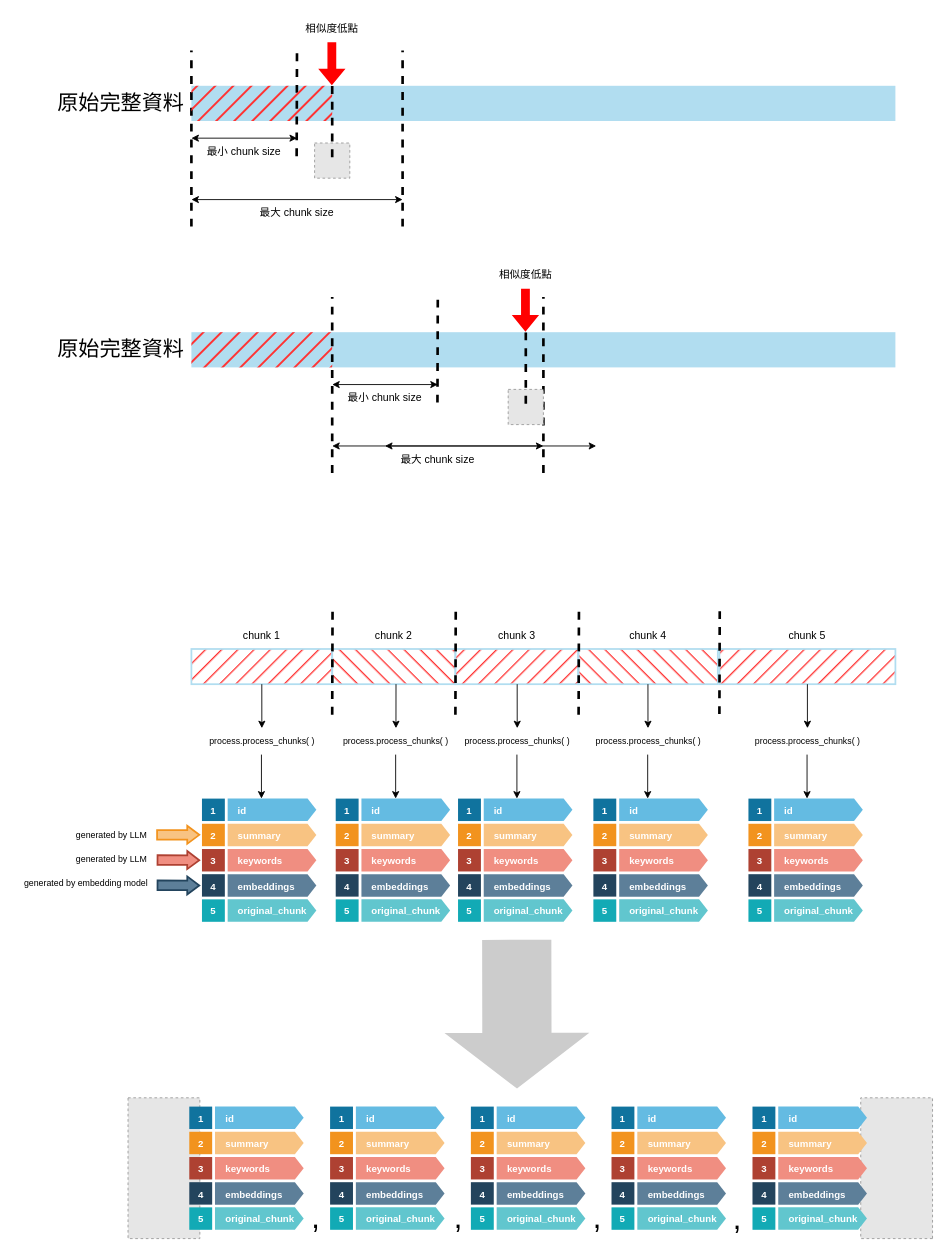
Before: page "Process" (3 of 4) of thesis/Thesis.drawio in chungchihhan/drawio-bucket, a draw.io diagram. Source tidied: cells renumbered, new cells numbered last; positions are measured from the earlier drawing's top-left corner, leaving out a move shared by most shapes. Both pictures are drawn from the tidied source at 88%, with x=0, y=0 at pixel (15, 15). Pictures stored in the file or linked from it are replaced by grey dashed boxes.
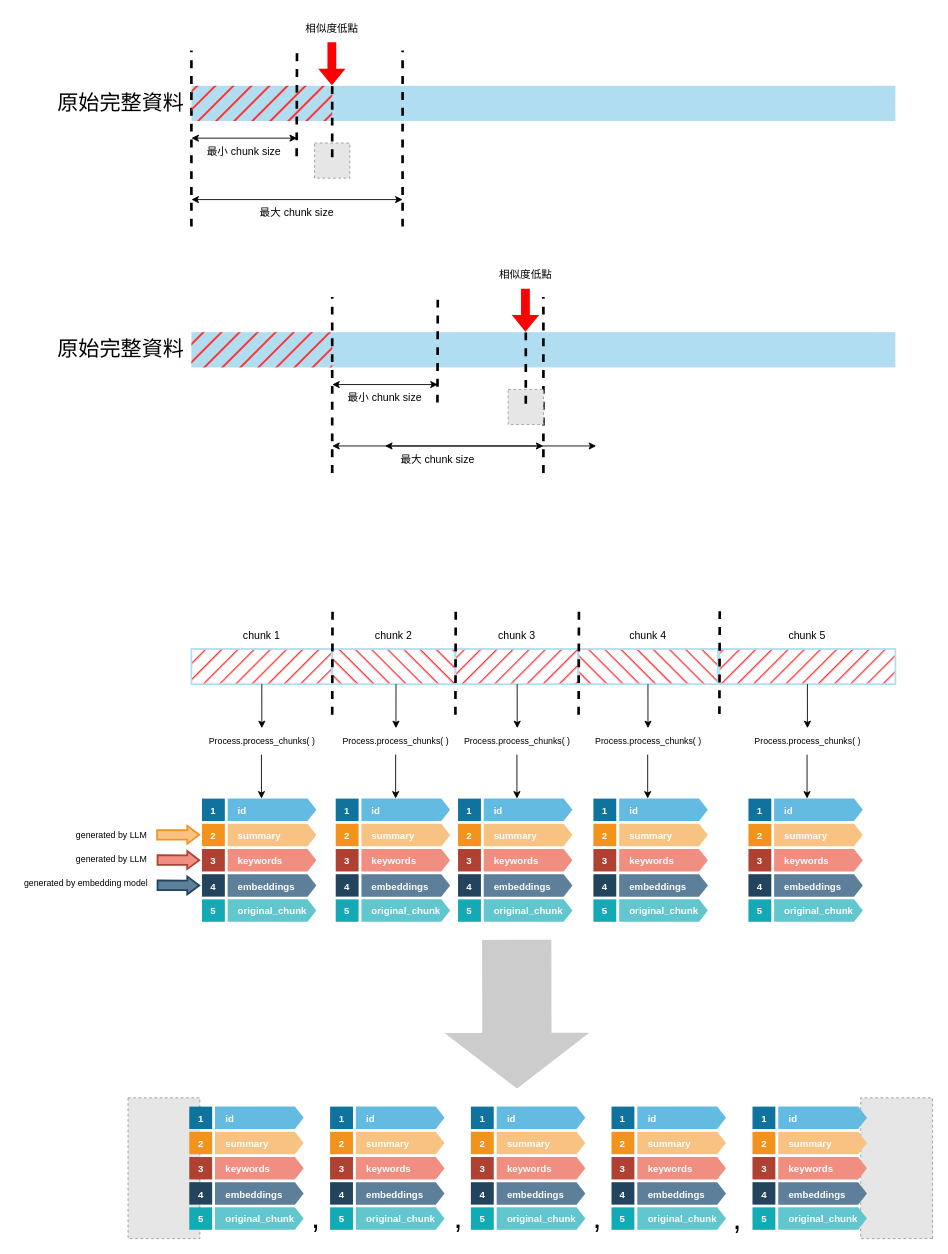
The same page after the edit.

Commit message:
Add TreeIndex diagram

Diff of the diagram source:
```diff
@@
-    <mxCell id="50" value="process.process_chunks( )" style="text;html=1;align=center;verticalAlign=middle;whiteSpace=wrap;rounded=0;fontSize=10;" parent="1" vertex="1">
+    <mxCell id="50" value="Process.process_chunks( )" style="text;html=1;align=center;verticalAlign=middle;whiteSpace=wrap;rounded=0;fontSize=10;" parent="1" vertex="1">
       <mxGeometry x="203.8" y="810" width="152.5" height="30" as="geometry" />
     </mxCell>
@@
-    <mxCell id="103" value="process.process_chunks( )" style="text;html=1;align=center;verticalAlign=middle;whiteSpace=wrap;rounded=0;fontSize=10;" parent="1" vertex="1">
+    <mxCell id="103" value="Process.process_chunks( )" style="text;html=1;align=center;verticalAlign=middle;whiteSpace=wrap;rounded=0;fontSize=10;" parent="1" vertex="1">
       <mxGeometry x="356.2" y="810" width="152.5" height="30" as="geometry" />
     </mxCell>
@@
-    <mxCell id="106" value="process.process_chunks( )" style="text;html=1;align=center;verticalAlign=middle;whiteSpace=wrap;rounded=0;fontSize=10;" parent="1" vertex="1">
+    <mxCell id="106" value="Process.process_chunks( )" style="text;html=1;align=center;verticalAlign=middle;whiteSpace=wrap;rounded=0;fontSize=10;" parent="1" vertex="1">
       <mxGeometry x="494" y="810" width="152.5" height="30" as="geometry" />
     </mxCell>
@@
-    <mxCell id="109" value="process.process_chunks( )" style="text;html=1;align=center;verticalAlign=middle;whiteSpace=wrap;rounded=0;fontSize=10;" parent="1" vertex="1">
+    <mxCell id="109" value="Process.process_chunks( )" style="text;html=1;align=center;verticalAlign=middle;whiteSpace=wrap;rounded=0;fontSize=10;" parent="1" vertex="1">
       <mxGeometry x="642.6" y="810" width="152.5" height="30" as="geometry" />
     </mxCell>
@@
-    <mxCell id="112" value="process.process_chunks( )" style="text;html=1;align=center;verticalAlign=middle;whiteSpace=wrap;rounded=0;fontSize=10;" parent="1" vertex="1">
+    <mxCell id="112" value="Process.process_chunks( )" style="text;html=1;align=center;verticalAlign=middle;whiteSpace=wrap;rounded=0;fontSize=10;" parent="1" vertex="1">
       <mxGeometry x="823.8" y="810" width="152.5" height="30" as="geometry" />
     </mxCell>
```
